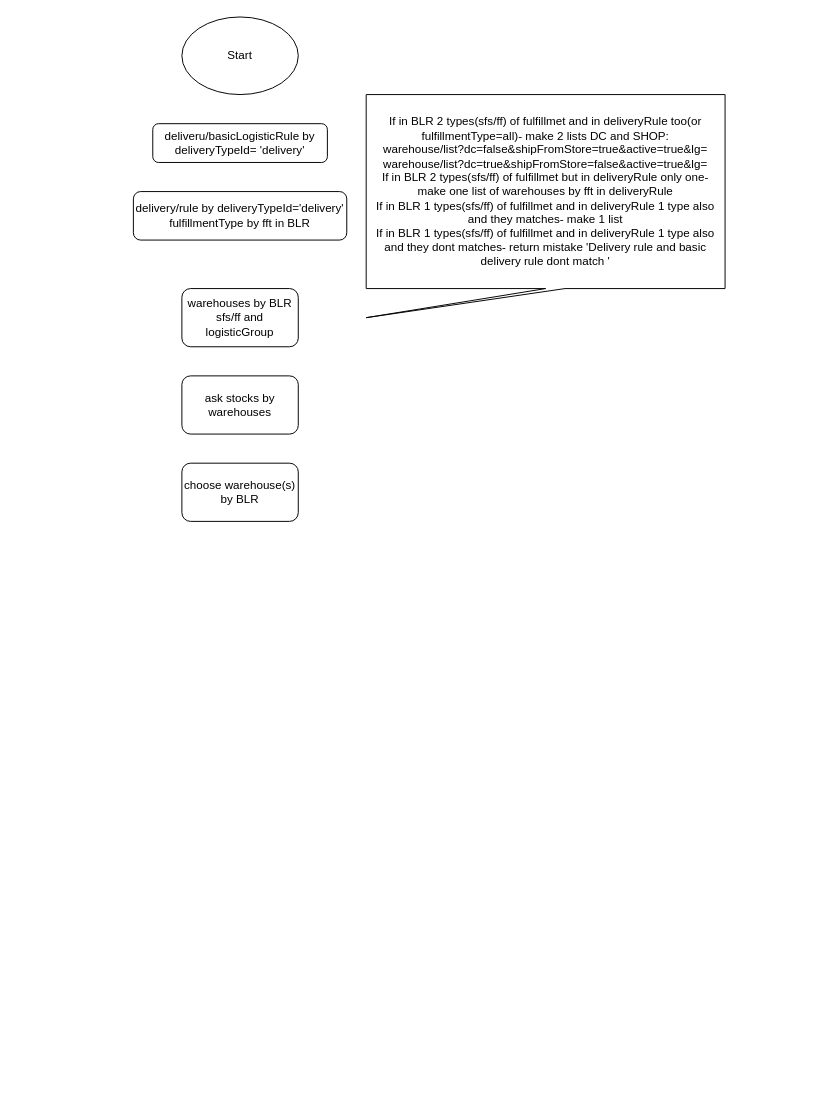
Before: page "Страница 7" (7 of 8) of education.drawio in yanelena/diagrams, a draw.io diagram. Source tidied: cells renumbered, new cells numbered last; positions are measured from the earlier drawing's top-left corner, leaving out a move shared by most shapes. Both pictures are drawn from the tidied source at 97%, with x=0, y=0 at pixel (133, 16).
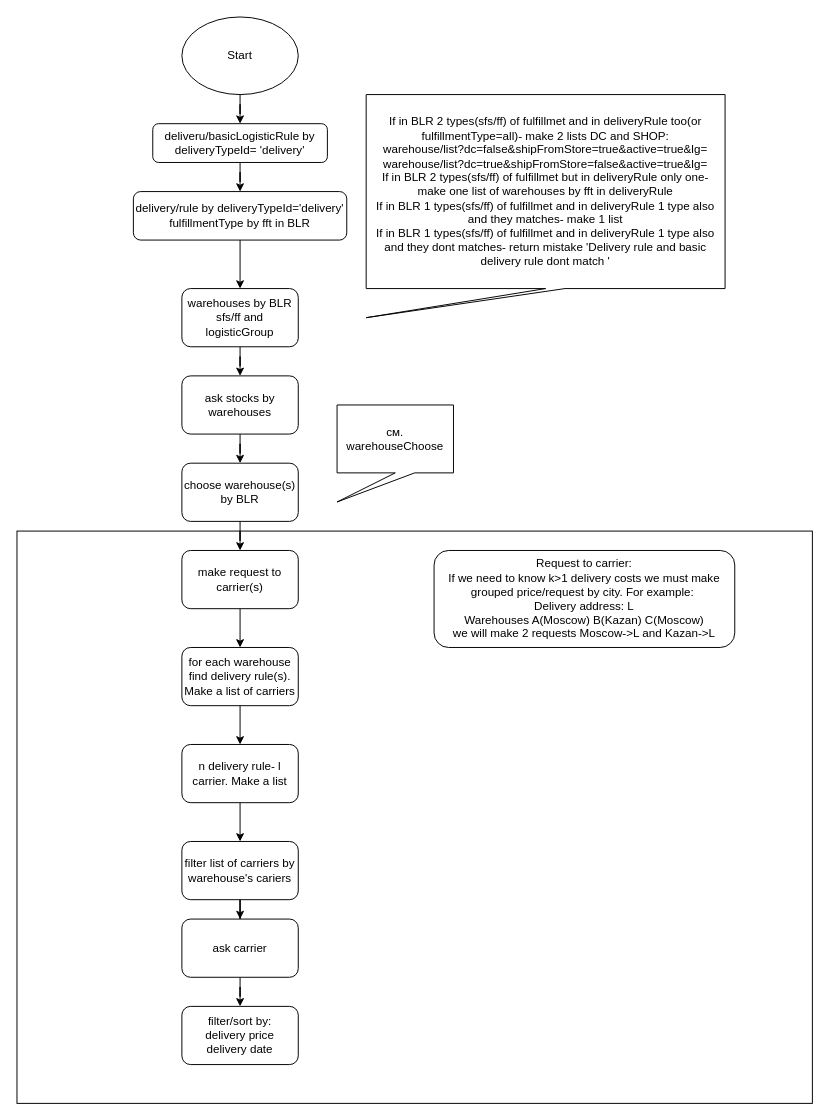
The same diagram, later.

Unchanged cells that the change refers to:
```xml
<mxCell id="2" value="Start" style="ellipse;whiteSpace=wrap;html=1;" parent="1" vertex="1">
  <mxGeometry x="50" width="120" height="80" as="geometry" />
</mxCell>
<mxCell id="3" value="deliveru/basicLogisticRule by deliveryTypeId= 'delivery'" style="rounded=1;whiteSpace=wrap;html=1;" parent="1" vertex="1">
  <mxGeometry x="20" y="110" width="180" height="40" as="geometry" />
</mxCell>
<mxCell id="4" value="warehouses by BLR sfs/ff and logisticGroup" style="rounded=1;whiteSpace=wrap;html=1;" parent="1" vertex="1">
  <mxGeometry x="50" y="280" width="120" height="60" as="geometry" />
</mxCell>
<mxCell id="6" value="ask stocks by warehouses" style="rounded=1;whiteSpace=wrap;html=1;" parent="1" vertex="1">
  <mxGeometry x="50" y="370" width="120" height="60" as="geometry" />
</mxCell>
<mxCell id="7" value="choose warehouse(s) by BLR" style="rounded=1;whiteSpace=wrap;html=1;" parent="1" vertex="1">
  <mxGeometry x="50" y="460" width="120" height="60" as="geometry" />
</mxCell>
<mxCell id="8" value="delivery/rule by deliveryTypeId='delivery'&lt;br&gt;fulfillmentType by fft in BLR" style="rounded=1;whiteSpace=wrap;html=1;" parent="1" vertex="1">
  <mxGeometry y="180" width="220" height="50" as="geometry" />
</mxCell>
```

What changed in the source:
```diff
@@
+    <mxCell id="9" style="rounded=0;whiteSpace=wrap;html=1;" parent="1" vertex="1">
+      <mxGeometry x="-120" y="530" width="820" height="590" as="geometry" />
+    </mxCell>
+    <mxCell id="10" style="edgeStyle=orthogonalEdgeStyle;rounded=0;jettySize=auto;html=1;entryX=0.5;entryY=0;entryDx=0;entryDy=0;" parent="1" edge="1" source="2" target="3">
+      <mxGeometry relative="1" as="geometry" />
+    </mxCell>
@@
+    <mxCell id="11" style="edgeStyle=orthogonalEdgeStyle;rounded=0;jettySize=auto;html=1;" parent="1" edge="1" source="3" target="8">
+      <mxGeometry relative="1" as="geometry" />
+    </mxCell>
@@
+    <mxCell id="12" style="edgeStyle=orthogonalEdgeStyle;rounded=0;jettySize=auto;html=1;" parent="1" edge="1" source="4" target="6">
+      <mxGeometry relative="1" as="geometry" />
+    </mxCell>
@@
+    <mxCell id="13" style="edgeStyle=orthogonalEdgeStyle;rounded=0;jettySize=auto;html=1;" parent="1" edge="1" source="6" target="7">
+      <mxGeometry relative="1" as="geometry" />
+    </mxCell>
@@
+    <mxCell id="14" style="edgeStyle=orthogonalEdgeStyle;rounded=0;jettySize=auto;html=1;" parent="1" edge="1" source="7" target="17">
+      <mxGeometry relative="1" as="geometry" />
+    </mxCell>
@@
+    <mxCell id="15" style="edgeStyle=orthogonalEdgeStyle;rounded=0;jettySize=auto;html=1;" parent="1" edge="1" source="8" target="4">
+      <mxGeometry relative="1" as="geometry" />
+    </mxCell>
@@
+    <mxCell id="16" style="edgeStyle=orthogonalEdgeStyle;rounded=0;jettySize=auto;html=1;" parent="1" edge="1" source="17" target="24">
+      <mxGeometry relative="1" as="geometry" />
+    </mxCell>
+    <mxCell id="17" value="make request to carrier(s)" style="rounded=1;whiteSpace=wrap;html=1;" parent="1" vertex="1">
+      <mxGeometry x="50" y="550" width="120" height="60" as="geometry" />
+    </mxCell>
+    <mxCell id="18" style="edgeStyle=orthogonalEdgeStyle;rounded=0;jettySize=auto;html=1;" parent="1" edge="1" source="19" target="22">
+      <mxGeometry relative="1" as="geometry" />
+    </mxCell>
+    <mxCell id="19" value="n delivery rule- l carrier. Make a list" style="rounded=1;whiteSpace=wrap;html=1;" parent="1" vertex="1">
+      <mxGeometry x="50" y="750" width="120" height="60" as="geometry" />
+    </mxCell>
+    <mxCell id="20" value="Request to carrier:&lt;br&gt;If we need to know k&amp;gt;1 delivery costs we must make grouped price/request by city. For example:&amp;nbsp;&lt;br&gt;Delivery address: L&lt;br&gt;Warehouses A(Moscow) B(Kazan) C(Moscow)&lt;br&gt;we will make 2 requests Moscow-&amp;gt;L and Kazan-&amp;gt;L" style="rounded=1;whiteSpace=wrap;html=1;" parent="1" vertex="1">
+      <mxGeometry x="310" y="550" width="310" height="100" as="geometry" />
+    </mxCell>
+    <mxCell id="21" style="edgeStyle=orthogonalEdgeStyle;rounded=0;jettySize=auto;html=1;entryX=0.5;entryY=0;entryDx=0;entryDy=0;" parent="1" edge="1" source="22" target="26">
+      <mxGeometry relative="1" as="geometry" />
+    </mxCell>
+    <mxCell id="22" value="filter list of carriers by warehouse's cariers" style="rounded=1;whiteSpace=wrap;html=1;" parent="1" vertex="1">
+      <mxGeometry x="50" y="850" width="120" height="60" as="geometry" />
+    </mxCell>
+    <mxCell id="23" style="edgeStyle=orthogonalEdgeStyle;rounded=0;jettySize=auto;html=1;" parent="1" edge="1" source="24" target="19">
+      <mxGeometry relative="1" as="geometry" />
+    </mxCell>
+    <mxCell id="24" value="for each warehouse find delivery rule(s). Make a list of carriers" style="rounded=1;whiteSpace=wrap;html=1;" parent="1" vertex="1">
+      <mxGeometry x="50" y="650" width="120" height="60" as="geometry" />
+    </mxCell>
+    <mxCell id="25" style="edgeStyle=orthogonalEdgeStyle;rounded=0;jettySize=auto;html=1;" parent="1" edge="1" source="26" target="27">
+      <mxGeometry relative="1" as="geometry" />
+    </mxCell>
+    <mxCell id="26" value="ask carrier" style="rounded=1;whiteSpace=wrap;html=1;" parent="1" vertex="1">
+      <mxGeometry x="50" y="930" width="120" height="60" as="geometry" />
+    </mxCell>
+    <mxCell id="27" value="filter/sort by:&lt;br&gt;delivery price&lt;br&gt;delivery date" style="rounded=1;whiteSpace=wrap;html=1;" parent="1" vertex="1">
+      <mxGeometry x="50" y="1020" width="120" height="60" as="geometry" />
+    </mxCell>
+    <mxCell id="28" value="см. warehouseChoose" style="shape=callout;whiteSpace=wrap;html=1;perimeter=calloutPerimeter;position2=0;" parent="1" vertex="1">
+      <mxGeometry x="210" y="400" width="120" height="100" as="geometry" />
+    </mxCell>
```
